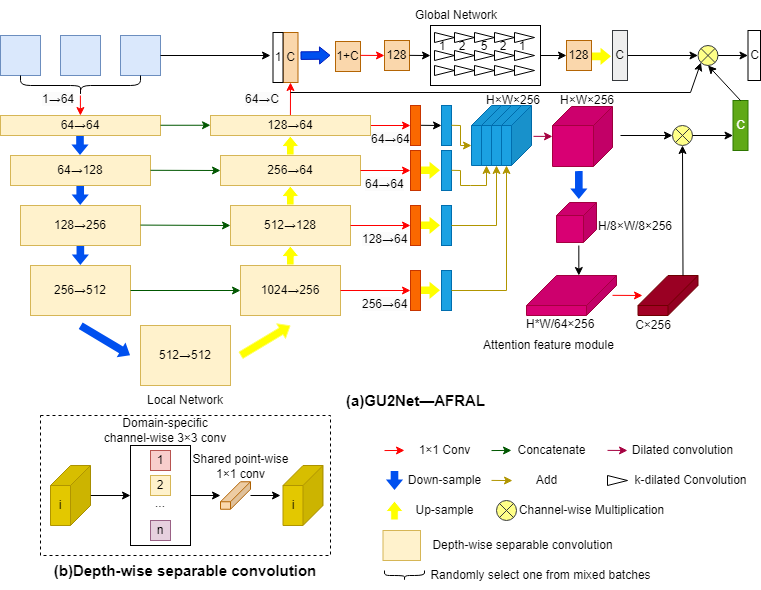
Above: test.drawio.png in DemonH-p/self-study (draw.io), before the change. Source tidied: cells renumbered, new cells last; positions are measured from the earlier drawing's top-left corner, leaving out a move shared by most shapes.
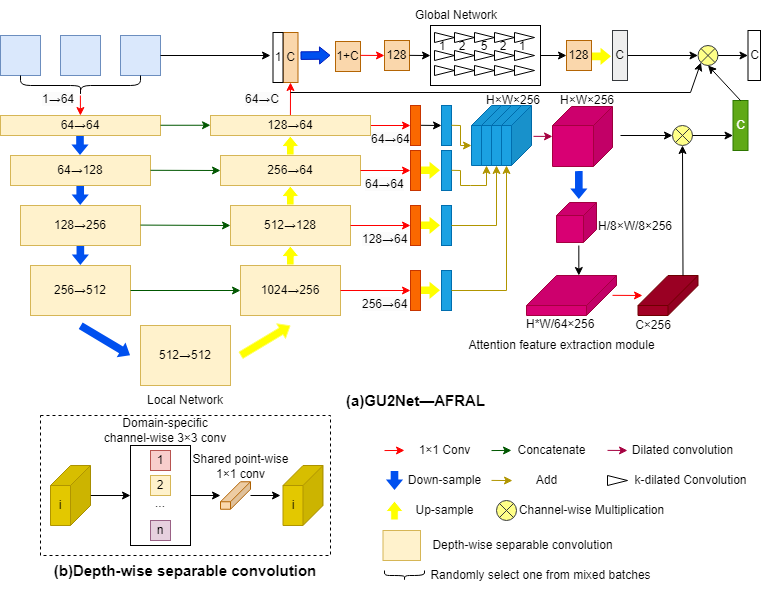
The same diagram one commit later.

The edit, as a diff of the source:
```diff
@@ -603,8 +603,8 @@
     <mxCell id="143" value="Global Network" style="text;html=1;strokeColor=none;fillColor=none;align=center;verticalAlign=middle;whiteSpace=wrap;rounded=0;" parent="1" vertex="1">
       <mxGeometry x="411" width="90" height="30" as="geometry" />
     </mxCell>
-    <mxCell id="144" value="Attention feature module" style="text;html=1;strokeColor=none;fillColor=none;align=center;verticalAlign=middle;whiteSpace=wrap;rounded=0;" parent="1" vertex="1">
-      <mxGeometry x="477" y="330" width="143" height="30" as="geometry" />
+    <mxCell id="144" value="Attention feature extraction module" style="text;html=1;strokeColor=none;fillColor=none;align=center;verticalAlign=middle;whiteSpace=wrap;rounded=0;" parent="1" vertex="1">
+      <mxGeometry x="464.5" y="330" width="193" height="30" as="geometry" />
     </mxCell>
     <mxCell id="145" value="(a)GU2Net—AFRAL" style="text;html=1;strokeColor=none;fillColor=none;align=center;verticalAlign=middle;whiteSpace=wrap;rounded=0;fontSize=15;fontStyle=1;" parent="1" vertex="1">
       <mxGeometry x="329.5" y="385" width="171.5" height="30" as="geometry" />
```
